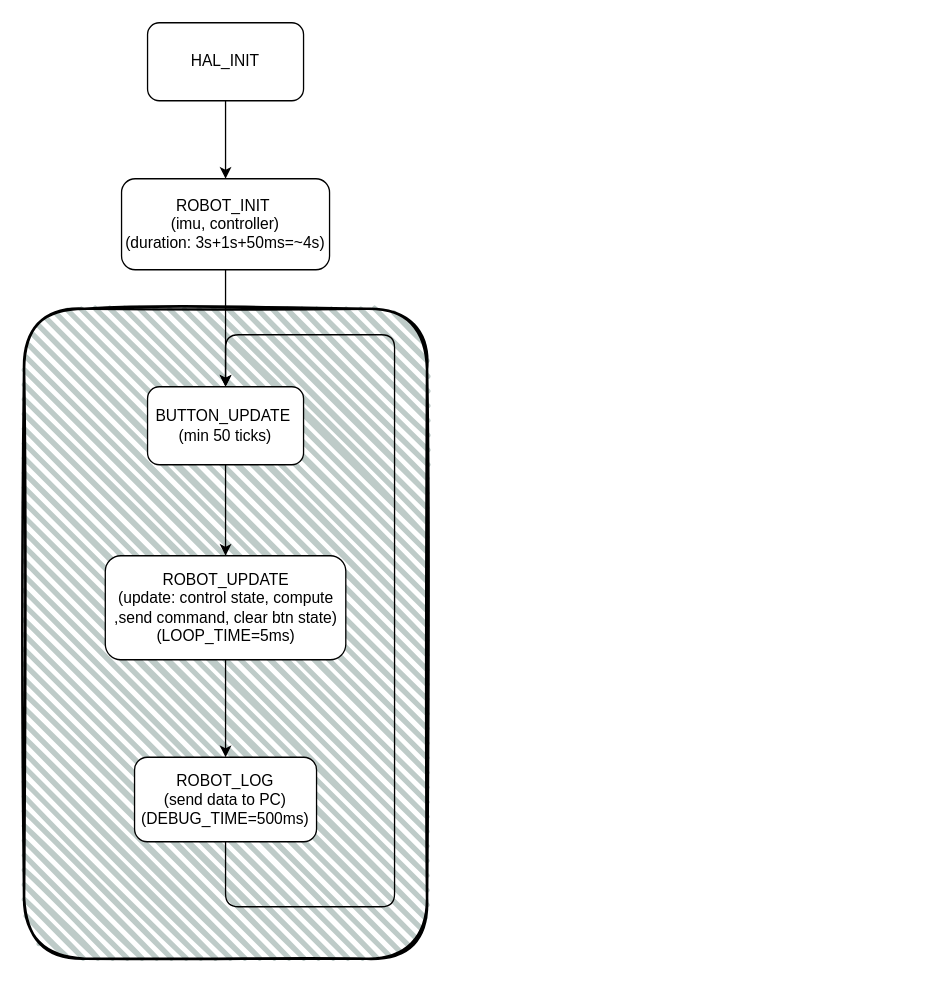
Before: resources/stm_diagram.drawio in GrzegorzGrudzinski/BalancingRobot-Main-Controller, a draw.io diagram. Source tidied: cells renumbered, new cells numbered last; positions are measured from the earlier drawing's top-left corner, leaving out a move shared by most shapes. Both pictures are drawn from the tidied source at 130%, with x=0, y=0 at pixel (23, 22).
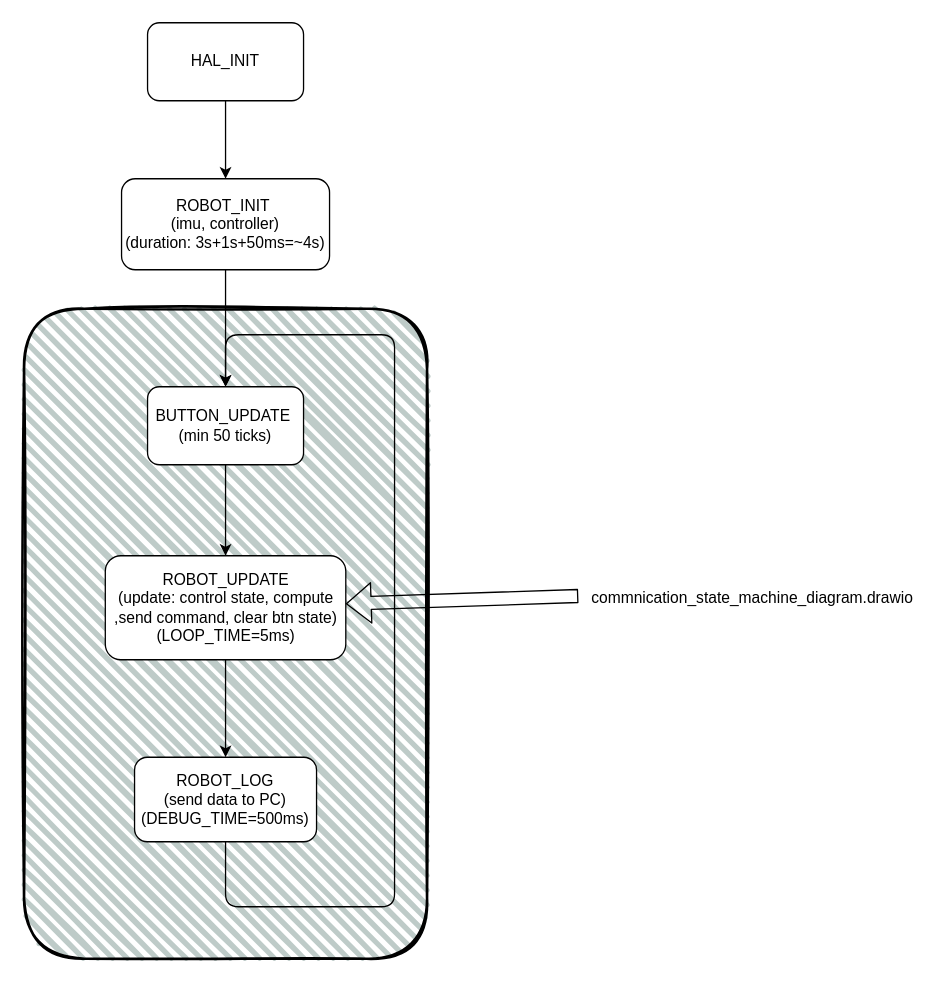
The same diagram, later.

Change to the diagram source:
```diff
@@
 <mxGraphModel>
   <root>
     <mxCell id="0" />
     <mxCell id="1" parent="0" />
     <mxCell id="2" style="rounded=1;whiteSpace=wrap;html=1;strokeWidth=2;fillWeight=4;hachureGap=8;hachureAngle=45;fillColor=#BECBC8;sketch=1;" parent="1" vertex="1">
       <mxGeometry y="220" width="310" height="500" as="geometry" />
     </mxCell>
     <mxCell id="3" style="edgeStyle=none;html=1;" parent="1" edge="1" source="4" target="6">
       <mxGeometry relative="1" as="geometry" />
     </mxCell>
     <mxCell id="4" value="HAL_INIT" style="rounded=1;whiteSpace=wrap;html=1;" parent="1" vertex="1">
       <mxGeometry x="95" width="120" height="60" as="geometry" />
     </mxCell>
     <mxCell id="5" style="edgeStyle=none;html=1;" parent="1" edge="1" source="6" target="8">
       <mxGeometry relative="1" as="geometry" />
     </mxCell>
     <mxCell id="6" value="ROBOT_INIT&amp;nbsp;&lt;div&gt;(imu, controller)&lt;/div&gt;&lt;div&gt;(duration: 3s+1s+50ms=~4s)&lt;/div&gt;" style="whiteSpace=wrap;html=1;rounded=1;" parent="1" vertex="1">
       <mxGeometry x="75" y="120" width="160" height="70" as="geometry" />
     </mxCell>
     <mxCell id="7" style="edgeStyle=none;html=1;" parent="1" edge="1" source="8" target="10">
       <mxGeometry relative="1" as="geometry" />
     </mxCell>
     <mxCell id="8" value="BUTTON_UPDATE&amp;nbsp;&lt;div&gt;(min 50 ticks)&lt;/div&gt;" style="whiteSpace=wrap;html=1;rounded=1;" parent="1" vertex="1">
       <mxGeometry x="95" y="280" width="120" height="60" as="geometry" />
     </mxCell>
     <mxCell id="9" style="edgeStyle=none;html=1;" parent="1" edge="1" source="10" target="12">
       <mxGeometry relative="1" as="geometry" />
     </mxCell>
     <mxCell id="10" value="ROBOT_UPDATE&lt;div&gt;(update: control state, compute ,send command, clear btn state)&lt;/div&gt;&lt;div&gt;(LOOP_TIME=5ms)&lt;/div&gt;" style="whiteSpace=wrap;html=1;rounded=1;" parent="1" vertex="1">
       <mxGeometry x="62.5" y="410" width="185" height="80" as="geometry" />
     </mxCell>
     <mxCell id="11" style="edgeStyle=none;html=1;exitX=0.5;exitY=1;exitDx=0;exitDy=0;entryX=0.5;entryY=0;entryDx=0;entryDy=0;" parent="1" edge="1" source="12" target="8">
       <mxGeometry relative="1" as="geometry">
         <Array as="points">
           <mxPoint x="155" y="680" />
           <mxPoint x="285" y="680" />
           <mxPoint x="285" y="240" />
           <mxPoint x="155" y="240" />
         </Array>
       </mxGeometry>
     </mxCell>
     <mxCell id="12" value="ROBOT_LOG&lt;div&gt;(send data to PC)&lt;/div&gt;&lt;div&gt;(DEBUG_TIME=500ms)&lt;/div&gt;" style="whiteSpace=wrap;html=1;rounded=1;" parent="1" vertex="1">
       <mxGeometry x="85" y="565" width="140" height="65" as="geometry" />
     </mxCell>
+    <mxCell id="13" value="commnication_state_machine_diagram.drawio" style="text;html=1;align=center;verticalAlign=middle;points=[];strokeColor=none;fillColor=none;" parent="1" vertex="1">
+      <mxGeometry x="425" y="428" width="270" height="30" as="geometry" />
+    </mxCell>
+    <mxCell id="14" style="shape=flexArrow;endArrow=classic;html=1;exitX=0.005;exitY=0.432;exitDx=0;exitDy=0;exitPerimeter=0;" parent="1" edge="1" source="13" target="10">
+      <mxGeometry relative="1" as="geometry" />
+    </mxCell>
   </root>
 </mxGraphModel>
```
